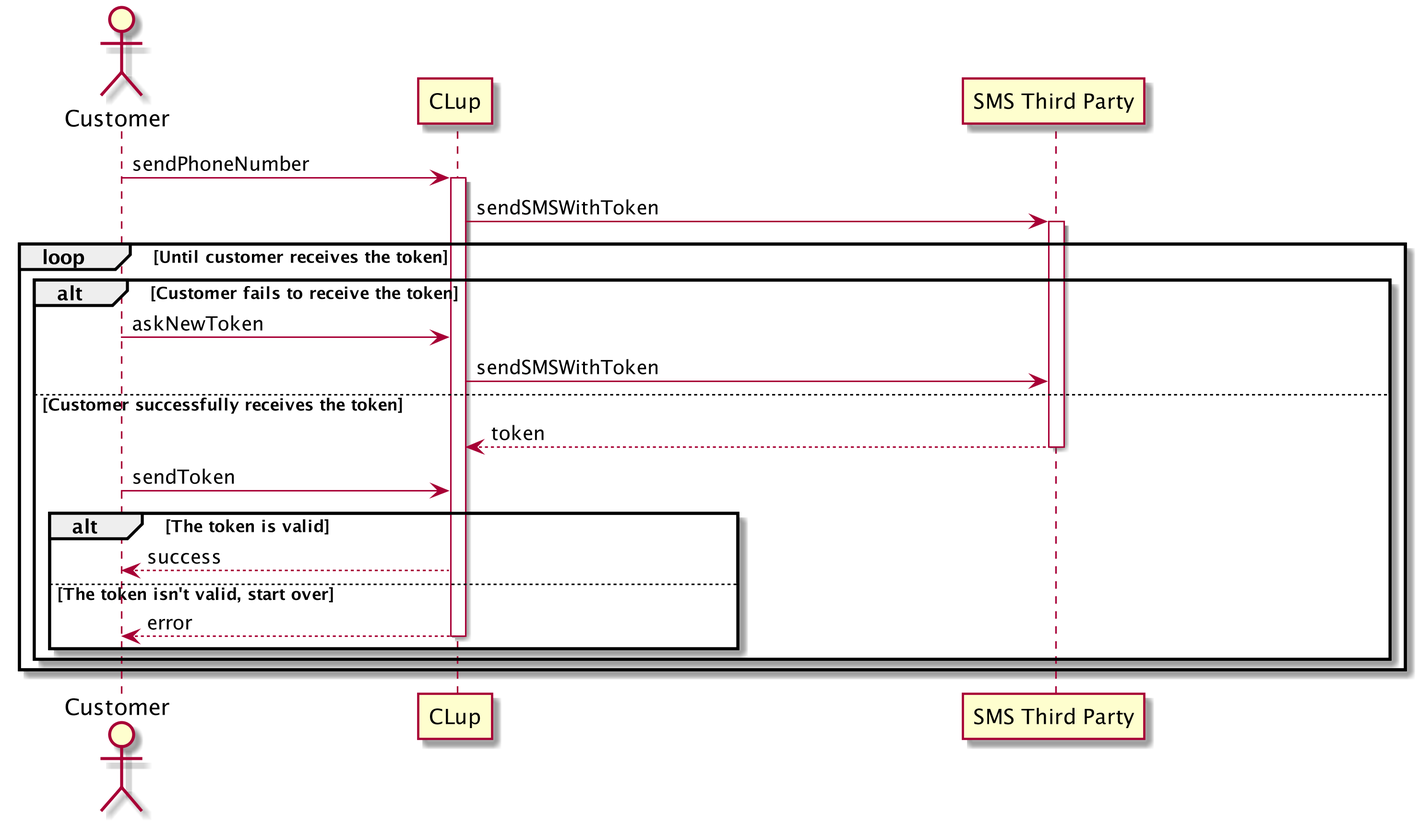
andreafra/Software-Engineering-2-Project-2021 keeps this PlantUML diagram as RASD/uml/login.png. Above is the earlier version. Its source is kept beside it as RASD/uml/login.puml.
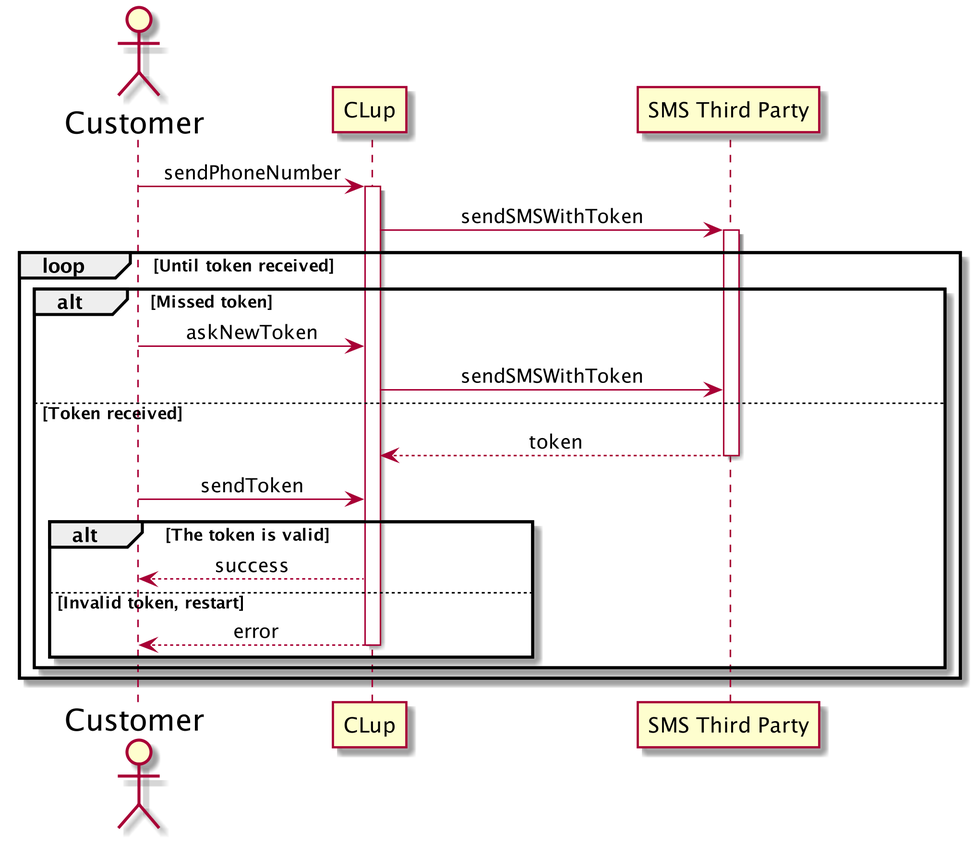
The same diagram one commit later.

Diff of the diagram source:
```diff
@@ -1,10 +1,10 @@
 @startuml login
 
 skinparam dpi 300
-skinparam ActorFontSize 15
-skinparam UsecaseFontSize 12
-skinparam ParticipantPadding 150
-
+skinparam ActorFontSize 20
+skinparam UsecaseFontSize 20
+skinparam ParticipantPadding 70
+skinparam sequenceMessageAlign center
 
 
 actor Customer as c
@@ -14,16 +14,16 @@
 c -> sys ++ : sendPhoneNumber
 sys -> sms ++ : sendSMSWithToken
 
-loop Until customer receives the token
-    alt Customer fails to receive the token
+loop Until token received
+    alt Missed token
         c -> sys : askNewToken
         sys -> sms : sendSMSWithToken
-    else Customer successfully receives the token
+    else Token received
         return token
         c -> sys : sendToken
         alt The token is valid
             sys --> c : success
-        else The token isn't valid, start over
+        else Invalid token, restart
             return error
         end
     end
```
